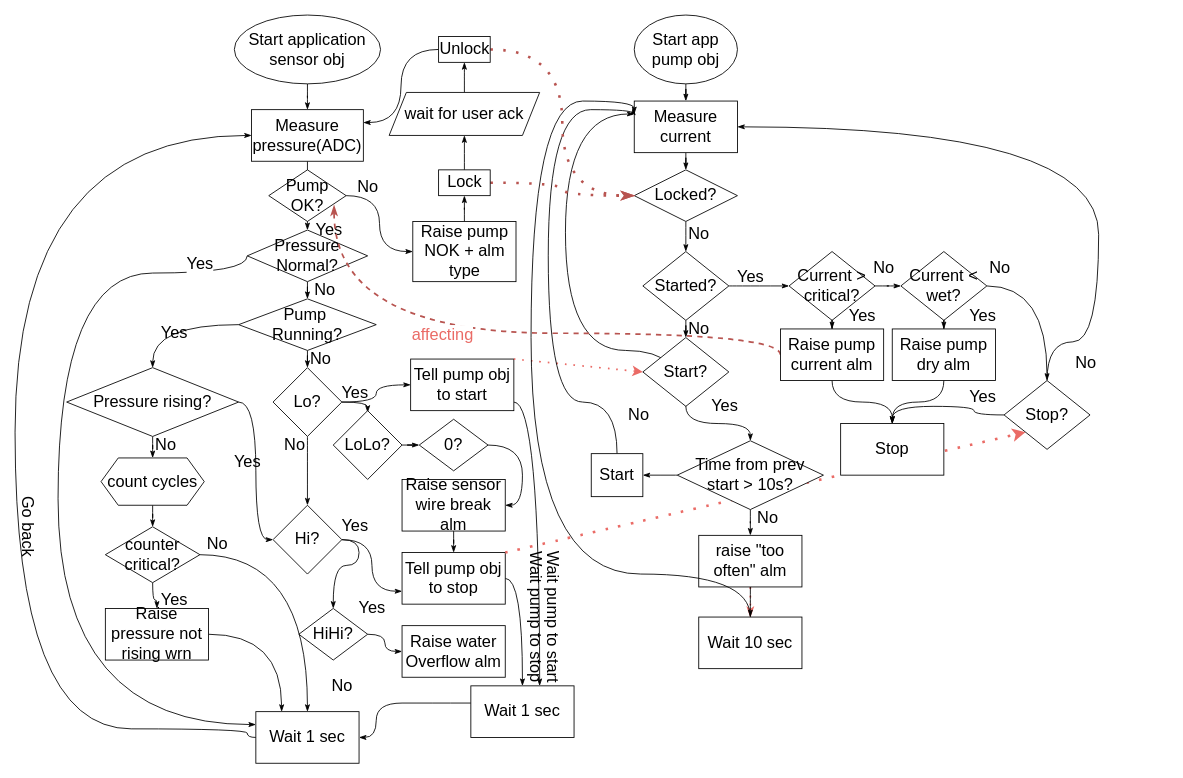
This is page "Algo" (2 of 2) of PumpDriver.drawio from megavad/Diagrams, a draw.io file, before an edit. Source tidied: cells renumbered, new cells numbered last; positions are measured from the earlier drawing's top-left corner, leaving out a move shared by most shapes. Both pictures are drawn from the tidied source at 86%, with x=0, y=0 at pixel (-11, 15).
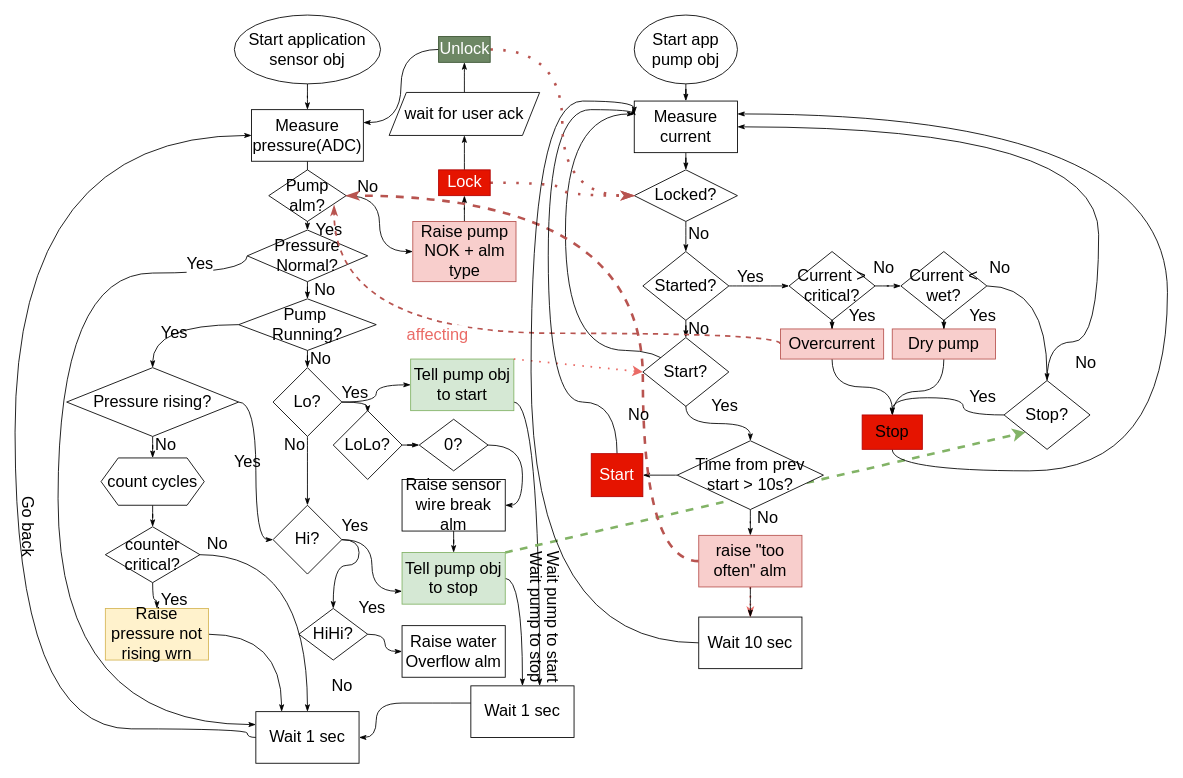
After the change.

Unchanged cells that the change refers to:
```xml
<mxCell id="37" value="Measure current" style="whiteSpace=wrap;html=1;fontSize=19;strokeWidth=1;" parent="1" vertex="1">
  <mxGeometry x="750" y="100" width="120" height="60" as="geometry" />
</mxCell>
<mxCell id="53" value="Stop?" style="rhombus;whiteSpace=wrap;html=1;fontSize=19;strokeWidth=1;" parent="1" vertex="1">
  <mxGeometry x="1180" y="425" width="100" height="80" as="geometry" />
</mxCell>
<mxCell id="104" value="Wait 10 sec" style="whiteSpace=wrap;html=1;fontSize=19;strokeWidth=1;" parent="1" vertex="1">
  <mxGeometry x="825" y="700" width="120" height="60" as="geometry" />
</mxCell>
```

Change to the diagram source:
```diff
@@
-    <mxCell id="22" value="Tell pump obj&lt;br&gt;to start" style="whiteSpace=wrap;html=1;fontSize=19;strokeWidth=1;" parent="1" vertex="1">
+    <mxCell id="22" value="Tell pump obj&lt;br&gt;to start" style="whiteSpace=wrap;html=1;fontSize=19;strokeWidth=1;fillColor=#d5e8d4;strokeColor=#82b366;" parent="1" vertex="1">
       <mxGeometry x="490" y="400" width="120" height="60" as="geometry" />
     </mxCell>
@@
-    <mxCell id="30" value="Tell pump obj&lt;br&gt;to stop" style="whiteSpace=wrap;html=1;fontSize=19;strokeWidth=1;" parent="1" vertex="1">
+    <mxCell id="30" value="Tell pump obj&lt;br&gt;to stop" style="whiteSpace=wrap;html=1;fontSize=19;strokeWidth=1;fillColor=#d5e8d4;strokeColor=#82b366;" parent="1" vertex="1">
       <mxGeometry x="480" y="625" width="120" height="60" as="geometry" />
     </mxCell>
@@
-    <mxCell id="47" style="endArrow=classic;html=1;fontSize=19;strokeColor=#EA6B66;strokeWidth=3;curved=1;exitX=1;exitY=0;exitDx=0;exitDy=0;entryX=0;entryY=1;entryDx=0;entryDy=0;dashed=1;dashPattern=1 4;" parent="1" edge="1" source="30" target="53">
+    <mxCell id="47" style="endArrow=classic;html=1;fontSize=19;strokeColor=#82b366;strokeWidth=3;curved=1;exitX=1;exitY=0;exitDx=0;exitDy=0;entryX=0;entryY=1;entryDx=0;entryDy=0;dashed=1;fillColor=#d5e8d4;" parent="1" edge="1" source="30" target="53">
       <mxGeometry relative="1" as="geometry" />
     </mxCell>
@@
-    <mxCell id="59" value="Pump OK?" style="rhombus;whiteSpace=wrap;html=1;fontSize=19;strokeWidth=1;" parent="1" vertex="1">
+    <mxCell id="59" value="Pump alm?" style="rhombus;whiteSpace=wrap;html=1;fontSize=19;strokeWidth=1;" parent="1" vertex="1">
       <mxGeometry x="325" y="180" width="90" height="60" as="geometry" />
     </mxCell>
@@
-    <mxCell id="62" value="Raise pump NOK + alm type" style="whiteSpace=wrap;html=1;fontSize=19;strokeWidth=1;" parent="1" vertex="1">
+    <mxCell id="62" value="Raise pump NOK + alm type" style="whiteSpace=wrap;html=1;fontSize=19;strokeWidth=1;fillColor=#f8cecc;strokeColor=#b85450;" parent="1" vertex="1">
       <mxGeometry x="492.5" y="240" width="120" height="70" as="geometry" />
     </mxCell>
@@
-    <mxCell id="80" value="Raise pump current alm" style="whiteSpace=wrap;html=1;fontSize=19;strokeWidth=1;" parent="1" vertex="1">
-      <mxGeometry x="920" y="365" width="120" height="60" as="geometry" />
+    <mxCell id="80" value="Overcurrent" style="whiteSpace=wrap;html=1;fontSize=19;strokeWidth=1;fillColor=#f8cecc;strokeColor=#b85450;" parent="1" vertex="1">
+      <mxGeometry x="920" y="365" width="120" height="35" as="geometry" />
     </mxCell>
@@
+    <mxCell id="127" style="edgeStyle=orthogonalEdgeStyle;curved=1;jettySize=auto;html=1;entryX=1;entryY=0.5;entryDx=0;entryDy=0;dashed=1;fontSize=19;fontColor=#000000;endArrow=classicThin;endFill=1;strokeColor=#b85450;strokeWidth=3;fillColor=#f8cecc;" parent="1" edge="1" source="88" target="59">
+      <mxGeometry relative="1" as="geometry">
+        <Array as="points">
+          <mxPoint x="760" y="635" />
+          <mxPoint x="760" y="210" />
+        </Array>
+      </mxGeometry>
+    </mxCell>
-    <mxCell id="88" value="raise &quot;too often&quot; alm" style="whiteSpace=wrap;html=1;fontSize=19;strokeWidth=1;" parent="1" vertex="1">
+    <mxCell id="88" value="raise &quot;too often&quot; alm" style="whiteSpace=wrap;html=1;fontSize=19;strokeWidth=1;fillColor=#f8cecc;strokeColor=#b85450;" parent="1" vertex="1">
       <mxGeometry x="825" y="605" width="120" height="60" as="geometry" />
     </mxCell>
@@
-    <mxCell id="94" value="Raise pump dry alm" style="whiteSpace=wrap;html=1;fontSize=19;strokeWidth=1;" parent="1" vertex="1">
-      <mxGeometry x="1050" y="365" width="120" height="60" as="geometry" />
+    <mxCell id="94" value="Dry pump" style="whiteSpace=wrap;html=1;fontSize=19;strokeWidth=1;fillColor=#f8cecc;strokeColor=#b85450;" parent="1" vertex="1">
+      <mxGeometry x="1050" y="365" width="120" height="35" as="geometry" />
     </mxCell>
@@
+    <mxCell id="128" style="edgeStyle=orthogonalEdgeStyle;curved=1;jettySize=auto;html=1;entryX=1;entryY=0.25;entryDx=0;entryDy=0;fontSize=19;fontColor=#000000;endArrow=classicThin;endFill=1;strokeColor=#000000;strokeWidth=1;" parent="1" edge="1" source="100" target="37">
+      <mxGeometry relative="1" as="geometry">
+        <Array as="points">
+          <mxPoint x="1050" y="530" />
+          <mxPoint x="1370" y="530" />
+          <mxPoint x="1370" y="115" />
+        </Array>
+      </mxGeometry>
+    </mxCell>
-    <mxCell id="100" value="&lt;font color=&quot;#000000&quot;&gt;Stop&lt;/font&gt;" style="rounded=0;whiteSpace=wrap;html=1;fontSize=19;fontColor=#EA6B66;strokeWidth=1;" parent="1" vertex="1">
-      <mxGeometry x="990" y="475" width="120" height="60" as="geometry" />
+    <mxCell id="100" value="&lt;font color=&quot;#000000&quot;&gt;Stop&lt;/font&gt;" style="rounded=0;whiteSpace=wrap;html=1;fontSize=19;fontColor=#ffffff;strokeWidth=1;fillColor=#e51400;strokeColor=#B20000;" parent="1" vertex="1">
+      <mxGeometry x="1015" y="465" width="70" height="40" as="geometry" />
     </mxCell>
@@
-    <mxCell id="102" value="Start" style="whiteSpace=wrap;html=1;fontSize=19;strokeWidth=1;" parent="1" vertex="1">
+    <mxCell id="102" value="Start" style="whiteSpace=wrap;html=1;fontSize=19;strokeWidth=1;fillColor=#e51400;fontColor=#ffffff;strokeColor=#B20000;" parent="1" vertex="1">
       <mxGeometry x="700" y="510" width="60" height="50" as="geometry" />
     </mxCell>
     <mxCell id="103" style="edgeStyle=orthogonalEdgeStyle;curved=1;jettySize=auto;html=1;fontSize=19;fontColor=#000000;endArrow=classicThin;endFill=1;strokeColor=#000000;strokeWidth=1;entryX=0;entryY=0.25;entryDx=0;entryDy=0;" parent="1" edge="1" source="104" target="37">
       <mxGeometry relative="1" as="geometry">
         <Array as="points">
-          <mxPoint x="630" y="650" />
+          <mxPoint x="630" y="730" />
           <mxPoint x="630" y="100" />
           <mxPoint x="750" y="100" />
         </Array>
       </mxGeometry>
     </mxCell>
@@
-    <mxCell id="115" value="Raise pressure not rising wrn" style="rounded=0;whiteSpace=wrap;html=1;fontSize=19;fontColor=#000000;strokeWidth=1;" parent="1" vertex="1">
+    <mxCell id="115" value="Raise pressure not rising wrn" style="rounded=0;whiteSpace=wrap;html=1;fontSize=19;strokeWidth=1;fillColor=#fff2cc;strokeColor=#d6b656;" parent="1" vertex="1">
       <mxGeometry x="135" y="690" width="120" height="60" as="geometry" />
     </mxCell>
@@
-    <mxCell id="123" value="Lock" style="rounded=0;whiteSpace=wrap;html=1;fontSize=19;fontColor=#000000;strokeWidth=1;" parent="1" vertex="1">
+    <mxCell id="123" value="Lock" style="rounded=0;whiteSpace=wrap;html=1;fontSize=19;strokeWidth=1;fillColor=#e51400;strokeColor=#B20000;fontColor=#ffffff;" parent="1" vertex="1">
       <mxGeometry x="522.5" y="180" width="60" height="30" as="geometry" />
     </mxCell>
@@
-    <mxCell id="126" value="Unlock" style="rounded=0;whiteSpace=wrap;html=1;fontSize=19;fontColor=#000000;strokeWidth=1;" parent="1" vertex="1">
+    <mxCell id="126" value="Unlock" style="rounded=0;whiteSpace=wrap;html=1;fontSize=19;strokeWidth=1;fillColor=#6d8764;strokeColor=#3A5431;fontColor=#ffffff;" parent="1" vertex="1">
       <mxGeometry x="522.5" y="25" width="60" height="30" as="geometry" />
     </mxCell>
```
